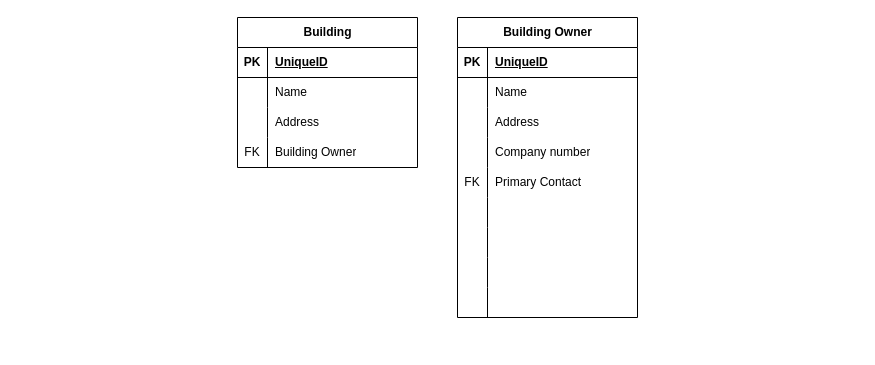
This is docs/architecture/Entity Diagram.drawio from IslayAnderson/untitled-unionisation-platform, a draw.io file, before an edit. Source tidied: cells renumbered, new cells numbered last; positions are measured from the earlier drawing's top-left corner, leaving out a move shared by most shapes. Both pictures are drawn from the tidied source at 100%, with x=0, y=0 at pixel (237, 17).
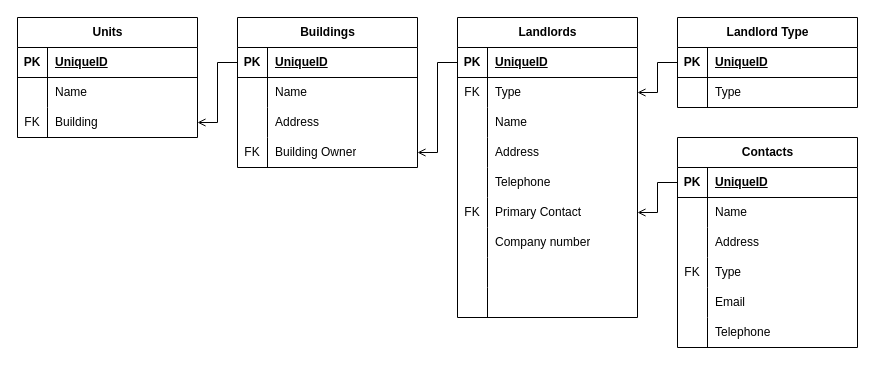
Above is the later version.

The change refers to these unchanged cells:
```xml
<mxCell id="3" style="shape=tableRow;horizontal=0;startSize=0;swimlaneHead=0;swimlaneBody=0;fillColor=none;points=[[0,0.5],[1,0.5]];portConstraint=eastwest;top=0;left=0;right=0;bottom=1;" parent="2" vertex="1">
  <mxGeometry y="30" width="180" height="30" as="geometry" />
</mxCell>
<mxCell id="12" style="shape=tableRow;horizontal=0;startSize=0;swimlaneHead=0;swimlaneBody=0;fillColor=none;points=[[0,0.5],[1,0.5]];portConstraint=eastwest;top=0;left=0;right=0;bottom=0;" parent="2" vertex="1">
  <mxGeometry y="120" width="180" height="30" as="geometry" />
</mxCell>
<mxCell id="16" style="shape=tableRow;horizontal=0;startSize=0;swimlaneHead=0;swimlaneBody=0;fillColor=none;points=[[0,0.5],[1,0.5]];portConstraint=eastwest;top=0;left=0;right=0;bottom=1;" parent="15" vertex="1">
  <mxGeometry y="30" width="180" height="30" as="geometry" />
</mxCell>
```

The edit, as a diff of the source:
```diff
@@
-    <mxCell id="2" value="Building" style="shape=table;startSize=30;childLayout=tableLayout;rowLines=0;fontStyle=1;align=center;html=1;" parent="1" vertex="1">
+    <mxCell id="2" value="Buildings" style="shape=table;startSize=30;childLayout=tableLayout;rowLines=0;fontStyle=1;align=center;html=1;" parent="1" vertex="1">
       <mxGeometry width="180" height="150" as="geometry" />
     </mxCell>
@@
-    <mxCell id="15" value="Building Owner" style="shape=table;startSize=30;childLayout=tableLayout;rowLines=0;fontStyle=1;align=center;html=1;" parent="1" vertex="1">
+    <mxCell id="15" value="Landlords" style="shape=table;startSize=30;childLayout=tableLayout;rowLines=0;fontStyle=1;align=center;html=1;" parent="1" vertex="1">
       <mxGeometry x="220" width="180" height="300" as="geometry" />
     </mxCell>
@@
+    <mxCell id="31" style="shape=tableRow;horizontal=0;startSize=0;swimlaneHead=0;swimlaneBody=0;fillColor=none;points=[[0,0.5],[1,0.5]];portConstraint=eastwest;top=0;left=0;right=0;bottom=0;" parent="15" vertex="1">
+      <mxGeometry y="60" width="180" height="30" as="geometry" />
+    </mxCell>
+    <mxCell id="32" value="FK" style="shape=partialRectangle;fillColor=none;top=0;left=0;bottom=0;right=0;overflow=hidden;whiteSpace=wrap;html=1;" parent="31" vertex="1">
+      <mxGeometry width="30" height="30" as="geometry" />
+    </mxCell>
+    <mxCell id="33" value="Type" style="shape=partialRectangle;fillColor=none;top=0;left=0;bottom=0;right=0;align=left;spacingLeft=6;overflow=hidden;whiteSpace=wrap;html=1;" parent="31" vertex="1">
+      <mxGeometry x="30" width="150" height="30" as="geometry" />
+    </mxCell>
     <mxCell id="19" style="shape=tableRow;horizontal=0;startSize=0;swimlaneHead=0;swimlaneBody=0;fillColor=none;top=0;left=0;right=0;bottom=0;" parent="15" vertex="1">
-      <mxGeometry y="60" width="180" height="30" as="geometry" />
+      <mxGeometry y="90" width="180" height="30" as="geometry" />
     </mxCell>
@@
     <mxCell id="22" style="shape=tableRow;horizontal=0;startSize=0;swimlaneHead=0;swimlaneBody=0;fillColor=none;top=0;left=0;right=0;bottom=0;" parent="15" vertex="1">
-      <mxGeometry y="90" width="180" height="30" as="geometry" />
+      <mxGeometry y="120" width="180" height="30" as="geometry" />
     </mxCell>
@@
+    <mxCell id="34" style="shape=tableRow;horizontal=0;startSize=0;swimlaneHead=0;swimlaneBody=0;fillColor=none;top=0;left=0;right=0;bottom=0;" parent="15" vertex="1">
+      <mxGeometry y="150" width="180" height="30" as="geometry" />
+    </mxCell>
+    <mxCell id="35" style="shape=partialRectangle;fillColor=none;top=0;left=0;bottom=0;right=0;overflow=hidden;whiteSpace=wrap;html=1;" parent="34" vertex="1">
+      <mxGeometry width="30" height="30" as="geometry" />
+    </mxCell>
+    <mxCell id="36" value="Telephone" style="shape=partialRectangle;fillColor=none;top=0;left=0;bottom=0;right=0;align=left;spacingLeft=6;overflow=hidden;whiteSpace=wrap;html=1;" parent="34" vertex="1">
+      <mxGeometry x="30" width="150" height="30" as="geometry" />
+    </mxCell>
+    <mxCell id="28" style="shape=tableRow;horizontal=0;startSize=0;swimlaneHead=0;swimlaneBody=0;fillColor=none;points=[[0,0.5],[1,0.5]];portConstraint=eastwest;top=0;left=0;right=0;bottom=0;" parent="15" vertex="1">
+      <mxGeometry y="180" width="180" height="30" as="geometry" />
+    </mxCell>
+    <mxCell id="29" value="FK" style="shape=partialRectangle;fillColor=none;top=0;left=0;bottom=0;right=0;overflow=hidden;whiteSpace=wrap;html=1;" parent="28" vertex="1">
+      <mxGeometry width="30" height="30" as="geometry" />
+    </mxCell>
+    <mxCell id="30" value="Primary Contact" style="shape=partialRectangle;fillColor=none;top=0;left=0;bottom=0;right=0;align=left;spacingLeft=6;overflow=hidden;whiteSpace=wrap;html=1;" parent="28" vertex="1">
+      <mxGeometry x="30" width="150" height="30" as="geometry" />
+    </mxCell>
     <mxCell id="25" style="shape=tableRow;horizontal=0;startSize=0;swimlaneHead=0;swimlaneBody=0;fillColor=none;top=0;left=0;right=0;bottom=0;" parent="15" vertex="1">
-      <mxGeometry y="120" width="180" height="30" as="geometry" />
+      <mxGeometry y="210" width="180" height="30" as="geometry" />
     </mxCell>
@@
-    <mxCell id="28" style="shape=tableRow;horizontal=0;startSize=0;swimlaneHead=0;swimlaneBody=0;fillColor=none;points=[[0,0.5],[1,0.5]];portConstraint=eastwest;top=0;left=0;right=0;bottom=0;" parent="15" vertex="1">
-      <mxGeometry y="150" width="180" height="30" as="geometry" />
-    </mxCell>
-    <mxCell id="29" value="FK" style="shape=partialRectangle;fillColor=none;top=0;left=0;bottom=0;right=0;overflow=hidden;whiteSpace=wrap;html=1;" parent="28" vertex="1">
-      <mxGeometry width="30" height="30" as="geometry" />
-    </mxCell>
-    <mxCell id="30" value="Primary Contact" style="shape=partialRectangle;fillColor=none;top=0;left=0;bottom=0;right=0;align=left;spacingLeft=6;overflow=hidden;whiteSpace=wrap;html=1;" parent="28" vertex="1">
-      <mxGeometry x="30" width="150" height="30" as="geometry" />
-    </mxCell>
-    <mxCell id="31" style="shape=tableRow;horizontal=0;startSize=0;swimlaneHead=0;swimlaneBody=0;fillColor=none;points=[[0,0.5],[1,0.5]];portConstraint=eastwest;top=0;left=0;right=0;bottom=0;" parent="15" vertex="1">
-      <mxGeometry y="180" width="180" height="30" as="geometry" />
-    </mxCell>
-    <mxCell id="32" style="shape=partialRectangle;fillColor=none;top=0;left=0;bottom=0;right=0;overflow=hidden;whiteSpace=wrap;html=1;" parent="31" vertex="1">
-      <mxGeometry width="30" height="30" as="geometry" />
-    </mxCell>
-    <mxCell id="33" style="shape=partialRectangle;fillColor=none;top=0;left=0;bottom=0;right=0;align=left;spacingLeft=6;overflow=hidden;whiteSpace=wrap;html=1;" parent="31" vertex="1">
-      <mxGeometry x="30" width="150" height="30" as="geometry" />
-    </mxCell>
-    <mxCell id="34" style="shape=tableRow;horizontal=0;startSize=0;swimlaneHead=0;swimlaneBody=0;fillColor=none;top=0;left=0;right=0;bottom=0;" parent="15" vertex="1">
-      <mxGeometry y="210" width="180" height="30" as="geometry" />
-    </mxCell>
-    <mxCell id="35" style="shape=partialRectangle;fillColor=none;top=0;left=0;bottom=0;right=0;overflow=hidden;whiteSpace=wrap;html=1;" parent="34" vertex="1">
-      <mxGeometry width="30" height="30" as="geometry" />
-    </mxCell>
-    <mxCell id="36" style="shape=partialRectangle;fillColor=none;top=0;left=0;bottom=0;right=0;align=left;spacingLeft=6;overflow=hidden;whiteSpace=wrap;html=1;" parent="34" vertex="1">
-      <mxGeometry x="30" width="150" height="30" as="geometry" />
-    </mxCell>
@@
+    <mxCell id="43" value="Contacts" style="shape=table;startSize=30;childLayout=tableLayout;rowLines=0;fontStyle=1;align=center;html=1;" parent="1" vertex="1">
+      <mxGeometry x="440" y="120" width="180" height="210" as="geometry" />
+    </mxCell>
+    <mxCell id="44" style="shape=tableRow;horizontal=0;startSize=0;swimlaneHead=0;swimlaneBody=0;fillColor=none;points=[[0,0.5],[1,0.5]];portConstraint=eastwest;top=0;left=0;right=0;bottom=1;" parent="43" vertex="1">
+      <mxGeometry y="30" width="180" height="30" as="geometry" />
+    </mxCell>
+    <mxCell id="45" value="PK" style="shape=partialRectangle;fillColor=none;top=0;left=0;bottom=0;right=0;fontStyle=1;overflow=hidden;whiteSpace=wrap;html=1;" parent="44" vertex="1">
+      <mxGeometry width="30" height="30" as="geometry" />
+    </mxCell>
+    <mxCell id="46" value="UniqueID" style="shape=partialRectangle;fillColor=none;top=0;left=0;bottom=0;right=0;align=left;spacingLeft=6;fontStyle=5;overflow=hidden;whiteSpace=wrap;html=1;" parent="44" vertex="1">
+      <mxGeometry x="30" width="150" height="30" as="geometry" />
+    </mxCell>
+    <mxCell id="47" style="shape=tableRow;horizontal=0;startSize=0;swimlaneHead=0;swimlaneBody=0;fillColor=none;top=0;left=0;right=0;bottom=0;" parent="43" vertex="1">
+      <mxGeometry y="60" width="180" height="30" as="geometry" />
+    </mxCell>
+    <mxCell id="48" style="shape=partialRectangle;fillColor=none;top=0;left=0;bottom=0;right=0;overflow=hidden;whiteSpace=wrap;html=1;" parent="47" vertex="1">
+      <mxGeometry width="30" height="30" as="geometry" />
+    </mxCell>
+    <mxCell id="49" value="Name" style="shape=partialRectangle;fillColor=none;top=0;left=0;bottom=0;right=0;align=left;spacingLeft=6;overflow=hidden;whiteSpace=wrap;html=1;" parent="47" vertex="1">
+      <mxGeometry x="30" width="150" height="30" as="geometry" />
+    </mxCell>
+    <mxCell id="50" style="shape=tableRow;horizontal=0;startSize=0;swimlaneHead=0;swimlaneBody=0;fillColor=none;top=0;left=0;right=0;bottom=0;" parent="43" vertex="1">
+      <mxGeometry y="90" width="180" height="30" as="geometry" />
+    </mxCell>
+    <mxCell id="51" style="shape=partialRectangle;fillColor=none;top=0;left=0;bottom=0;right=0;overflow=hidden;whiteSpace=wrap;html=1;" parent="50" vertex="1">
+      <mxGeometry width="30" height="30" as="geometry" />
+    </mxCell>
+    <mxCell id="52" value="Address" style="shape=partialRectangle;fillColor=none;top=0;left=0;bottom=0;right=0;align=left;spacingLeft=6;overflow=hidden;whiteSpace=wrap;html=1;" parent="50" vertex="1">
+      <mxGeometry x="30" width="150" height="30" as="geometry" />
+    </mxCell>
+    <mxCell id="53" style="shape=tableRow;horizontal=0;startSize=0;swimlaneHead=0;swimlaneBody=0;fillColor=none;top=0;left=0;right=0;bottom=0;" parent="43" vertex="1">
+      <mxGeometry y="120" width="180" height="30" as="geometry" />
+    </mxCell>
+    <mxCell id="54" value="FK" style="shape=partialRectangle;fillColor=none;top=0;left=0;bottom=0;right=0;overflow=hidden;whiteSpace=wrap;html=1;" parent="53" vertex="1">
+      <mxGeometry width="30" height="30" as="geometry" />
+    </mxCell>
+    <mxCell id="55" value="Type" style="shape=partialRectangle;fillColor=none;top=0;left=0;bottom=0;right=0;align=left;spacingLeft=6;overflow=hidden;whiteSpace=wrap;html=1;" parent="53" vertex="1">
+      <mxGeometry x="30" width="150" height="30" as="geometry" />
+    </mxCell>
+    <mxCell id="56" style="shape=tableRow;horizontal=0;startSize=0;swimlaneHead=0;swimlaneBody=0;fillColor=none;top=0;left=0;right=0;bottom=0;" parent="43" vertex="1">
+      <mxGeometry y="150" width="180" height="30" as="geometry" />
+    </mxCell>
+    <mxCell id="57" style="shape=partialRectangle;fillColor=none;top=0;left=0;bottom=0;right=0;overflow=hidden;whiteSpace=wrap;html=1;" parent="56" vertex="1">
+      <mxGeometry width="30" height="30" as="geometry" />
+    </mxCell>
+    <mxCell id="58" value="Email" style="shape=partialRectangle;fillColor=none;top=0;left=0;bottom=0;right=0;align=left;spacingLeft=6;overflow=hidden;whiteSpace=wrap;html=1;" parent="56" vertex="1">
+      <mxGeometry x="30" width="150" height="30" as="geometry" />
+    </mxCell>
+    <mxCell id="59" style="shape=tableRow;horizontal=0;startSize=0;swimlaneHead=0;swimlaneBody=0;fillColor=none;top=0;left=0;right=0;bottom=0;" parent="43" vertex="1">
+      <mxGeometry y="180" width="180" height="30" as="geometry" />
+    </mxCell>
+    <mxCell id="60" style="shape=partialRectangle;fillColor=none;top=0;left=0;bottom=0;right=0;overflow=hidden;whiteSpace=wrap;html=1;" parent="59" vertex="1">
+      <mxGeometry width="30" height="30" as="geometry" />
+    </mxCell>
+    <mxCell id="61" value="Telephone" style="shape=partialRectangle;fillColor=none;top=0;left=0;bottom=0;right=0;align=left;spacingLeft=6;overflow=hidden;whiteSpace=wrap;html=1;" parent="59" vertex="1">
+      <mxGeometry x="30" width="150" height="30" as="geometry" />
+    </mxCell>
+    <mxCell id="62" value="Landlord Type" style="shape=table;startSize=30;childLayout=tableLayout;rowLines=0;fontStyle=1;align=center;html=1;" parent="1" vertex="1">
+      <mxGeometry x="440" width="180" height="90" as="geometry" />
+    </mxCell>
+    <mxCell id="63" style="shape=tableRow;horizontal=0;startSize=0;swimlaneHead=0;swimlaneBody=0;fillColor=none;points=[[0,0.5],[1,0.5]];portConstraint=eastwest;top=0;left=0;right=0;bottom=1;" parent="62" vertex="1">
+      <mxGeometry y="30" width="180" height="30" as="geometry" />
+    </mxCell>
+    <mxCell id="64" value="PK" style="shape=partialRectangle;fillColor=none;top=0;left=0;bottom=0;right=0;fontStyle=1;overflow=hidden;whiteSpace=wrap;html=1;" parent="63" vertex="1">
+      <mxGeometry width="30" height="30" as="geometry" />
+    </mxCell>
+    <mxCell id="65" value="UniqueID" style="shape=partialRectangle;fillColor=none;top=0;left=0;bottom=0;right=0;align=left;spacingLeft=6;fontStyle=5;overflow=hidden;whiteSpace=wrap;html=1;" parent="63" vertex="1">
+      <mxGeometry x="30" width="150" height="30" as="geometry" />
+    </mxCell>
+    <mxCell id="66" style="shape=tableRow;horizontal=0;startSize=0;swimlaneHead=0;swimlaneBody=0;fillColor=none;top=0;left=0;right=0;bottom=0;" parent="62" vertex="1">
+      <mxGeometry y="60" width="180" height="30" as="geometry" />
+    </mxCell>
+    <mxCell id="67" style="shape=partialRectangle;fillColor=none;top=0;left=0;bottom=0;right=0;overflow=hidden;whiteSpace=wrap;html=1;" parent="66" vertex="1">
+      <mxGeometry width="30" height="30" as="geometry" />
+    </mxCell>
+    <mxCell id="68" value="Type" style="shape=partialRectangle;fillColor=none;top=0;left=0;bottom=0;right=0;align=left;spacingLeft=6;overflow=hidden;whiteSpace=wrap;html=1;" parent="66" vertex="1">
+      <mxGeometry x="30" width="150" height="30" as="geometry" />
+    </mxCell>
+    <mxCell id="69" style="edgeStyle=orthogonalEdgeStyle;rounded=0;jettySize=auto;html=1;exitX=1;exitY=0.5;exitDx=0;exitDy=0;entryX=0;entryY=0.5;entryDx=0;entryDy=0;defaultLabelBackgroundColor=page;startArrow=open;startFill=0;endArrow=none;endFill=0;" parent="1" edge="1" source="12" target="16">
+      <mxGeometry relative="1" as="geometry" />
+    </mxCell>
+    <mxCell id="70" style="edgeStyle=orthogonalEdgeStyle;rounded=0;jettySize=auto;html=1;exitX=1;exitY=0.5;exitDx=0;exitDy=0;entryX=0;entryY=0.5;entryDx=0;entryDy=0;defaultLabelBackgroundColor=page;startArrow=open;startFill=0;endArrow=none;endFill=0;" parent="1" edge="1" source="31" target="63">
+      <mxGeometry relative="1" as="geometry" />
+    </mxCell>
+    <mxCell id="71" style="edgeStyle=orthogonalEdgeStyle;rounded=0;jettySize=auto;html=1;exitX=1;exitY=0.5;exitDx=0;exitDy=0;entryX=0;entryY=0.5;entryDx=0;entryDy=0;defaultLabelBackgroundColor=page;startArrow=open;startFill=0;endArrow=none;endFill=0;" parent="1" edge="1" source="28" target="44">
+      <mxGeometry relative="1" as="geometry" />
+    </mxCell>
+    <mxCell id="72" value="Units" style="shape=table;startSize=30;childLayout=tableLayout;rowLines=0;fontStyle=1;align=center;html=1;" parent="1" vertex="1">
+      <mxGeometry x="-220" width="180" height="120" as="geometry" />
+    </mxCell>
+    <mxCell id="73" style="shape=tableRow;horizontal=0;startSize=0;swimlaneHead=0;swimlaneBody=0;fillColor=none;top=0;left=0;right=0;bottom=1;" parent="72" vertex="1">
+      <mxGeometry y="30" width="180" height="30" as="geometry" />
+    </mxCell>
+    <mxCell id="74" value="PK" style="shape=partialRectangle;fillColor=none;top=0;left=0;bottom=0;right=0;fontStyle=1;overflow=hidden;whiteSpace=wrap;html=1;" parent="73" vertex="1">
+      <mxGeometry width="30" height="30" as="geometry" />
+    </mxCell>
+    <mxCell id="75" value="UniqueID" style="shape=partialRectangle;fillColor=none;top=0;left=0;bottom=0;right=0;align=left;spacingLeft=6;fontStyle=5;overflow=hidden;whiteSpace=wrap;html=1;" parent="73" vertex="1">
+      <mxGeometry x="30" width="150" height="30" as="geometry" />
+    </mxCell>
+    <mxCell id="76" style="shape=tableRow;horizontal=0;startSize=0;swimlaneHead=0;swimlaneBody=0;fillColor=none;top=0;left=0;right=0;bottom=0;" parent="72" vertex="1">
+      <mxGeometry y="60" width="180" height="30" as="geometry" />
+    </mxCell>
+    <mxCell id="77" style="shape=partialRectangle;fillColor=none;top=0;left=0;bottom=0;right=0;overflow=hidden;whiteSpace=wrap;html=1;" parent="76" vertex="1">
+      <mxGeometry width="30" height="30" as="geometry" />
+    </mxCell>
+    <mxCell id="78" value="Name" style="shape=partialRectangle;fillColor=none;top=0;left=0;bottom=0;right=0;align=left;spacingLeft=6;overflow=hidden;whiteSpace=wrap;html=1;" parent="76" vertex="1">
+      <mxGeometry x="30" width="150" height="30" as="geometry" />
+    </mxCell>
+    <mxCell id="79" style="shape=tableRow;horizontal=0;startSize=0;swimlaneHead=0;swimlaneBody=0;fillColor=none;points=[[0,0.5],[1,0.5]];portConstraint=eastwest;top=0;left=0;right=0;bottom=0;" parent="72" vertex="1">
+      <mxGeometry y="90" width="180" height="30" as="geometry" />
+    </mxCell>
+    <mxCell id="80" value="FK" style="shape=partialRectangle;fillColor=none;top=0;left=0;bottom=0;right=0;overflow=hidden;whiteSpace=wrap;html=1;" parent="79" vertex="1">
+      <mxGeometry width="30" height="30" as="geometry" />
+    </mxCell>
+    <mxCell id="81" value="Building" style="shape=partialRectangle;fillColor=none;top=0;left=0;bottom=0;right=0;align=left;spacingLeft=6;overflow=hidden;whiteSpace=wrap;html=1;" parent="79" vertex="1">
+      <mxGeometry x="30" width="150" height="30" as="geometry" />
+    </mxCell>
+    <mxCell id="82" style="edgeStyle=orthogonalEdgeStyle;rounded=0;jettySize=auto;html=1;exitX=1;exitY=0.5;exitDx=0;exitDy=0;entryX=0;entryY=0.5;entryDx=0;entryDy=0;defaultLabelBackgroundColor=page;endArrow=none;endFill=0;startArrow=open;startFill=0;" parent="1" edge="1" source="79" target="3">
+      <mxGeometry relative="1" as="geometry" />
+    </mxCell>
```
